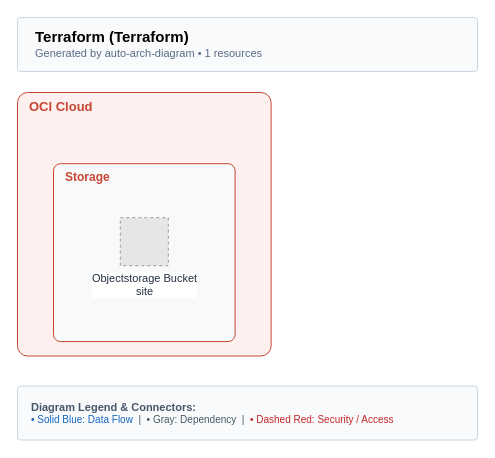
Before: examples/serverless-website/oci/terraform/architecture-diagram.drawio in suryakumaran2611/auto-arch-diagram, a draw.io diagram. Source tidied: cells renumbered, new cells numbered last; positions are measured from the earlier drawing's top-left corner, leaving out a move shared by most shapes. Both pictures are drawn from the tidied source at 100%, with x=0, y=0 at pixel (17, 17). Pictures stored in the file or linked from it are replaced by grey dashed boxes.
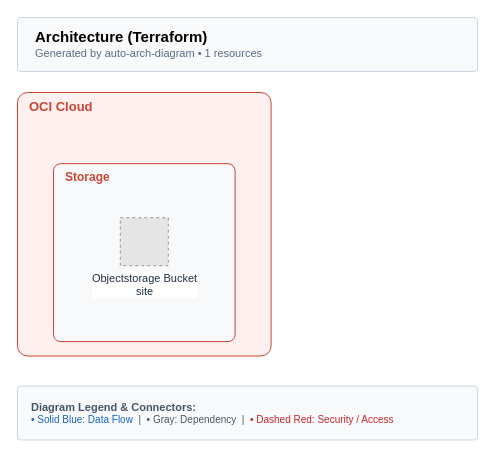
The same page after the edit.

Diff of the diagram source:
```diff
@@
 <mxGraphModel background="#FFFFFF">
   <root>
     <mxCell id="0" />
     <mxCell id="1" parent="0" />
-    <mxCell id="2" value="&lt;b style='font-size:15px;'&gt;Terraform (Terraform)&lt;/b&gt;&lt;br/&gt;&lt;span style='font-size:11px;color:#5A6C86;'&gt;Generated by auto-arch-diagram &amp;bull; 1 resources&lt;/span&gt;" style="rounded=1;whiteSpace=wrap;html=1;arcSize=6;fillColor=#F8FAFC;strokeColor=#CBD5E1;strokeWidth=1;align=left;spacingLeft=16;verticalAlign=middle;" parent="1" vertex="1">
+    <mxCell id="2" value="&lt;b style='font-size:15px;'&gt;Architecture (Terraform)&lt;/b&gt;&lt;br/&gt;&lt;span style='font-size:11px;color:#5A6C86;'&gt;Generated by auto-arch-diagram &amp;bull; 1 resources&lt;/span&gt;" style="rounded=1;whiteSpace=wrap;html=1;arcSize=6;fillColor=#F8FAFC;strokeColor=#CBD5E1;strokeWidth=1;align=left;spacingLeft=16;verticalAlign=middle;" parent="1" vertex="1">
       <mxGeometry width="460" height="54" as="geometry" />
     </mxCell>
     <mxCell id="3" value="OCI Cloud" style="rounded=1;whiteSpace=wrap;html=1;arcSize=4;verticalAlign=top;align=left;spacingLeft=10;fontSize=12;fontStyle=1;fontSize=13;fillColor=#FDF0EE;strokeColor=#C74634;fontColor=#C74634;" parent="1" vertex="1">
       <mxGeometry y="75" width="253.6" height="263.5" as="geometry" />
     </mxCell>
     <mxCell id="4" value="Storage" style="rounded=1;whiteSpace=wrap;html=1;arcSize=4;verticalAlign=top;align=left;spacingLeft=10;fontSize=12;fontStyle=1;fillColor=#F8F9FA;strokeColor=#C74634;fontColor=#C74634;" parent="3" vertex="1">
       <mxGeometry x="36" y="71.2" width="181.6" height="177.9" as="geometry" />
     </mxCell>
     <mxCell id="5" value="Objectstorage Bucket&#10;site" style="fillColor=#E6E6E6;strokeColor=#999999;dashed=1;html=1;verticalLabelPosition=bottom;verticalAlign=top;fontSize=11;fontColor=#232F3E;labelBackgroundColor=#FFFFFF;" parent="4" vertex="1">
       <mxGeometry x="66.8" y="54" width="48" height="48" as="geometry" />
     </mxCell>
     <mxCell id="6" value="&lt;b style='font-size:11px;'&gt;Diagram Legend &amp;amp; Connectors:&lt;/b&gt;&lt;br/&gt;&lt;span style='color:#1565C0;'&gt;&amp;bull; Solid Blue: Data Flow&lt;/span&gt; &amp;nbsp;|&amp;nbsp; &lt;span style='color:#455A64;'&gt;&amp;bull; Gray: Dependency&lt;/span&gt; &amp;nbsp;|&amp;nbsp; &lt;span style='color:#C62828;'&gt;&amp;bull; Dashed Red: Security / Access&lt;/span&gt;" style="rounded=1;whiteSpace=wrap;html=1;arcSize=6;fillColor=#F8FAFC;strokeColor=#CBD5E1;strokeWidth=1;fontSize=10;fontColor=#475569;align=left;spacingLeft=12;spacingRight=12;verticalAlign=middle;" parent="1" vertex="1">
       <mxGeometry y="368.5" width="460" height="54" as="geometry" />
     </mxCell>
   </root>
 </mxGraphModel>
```
